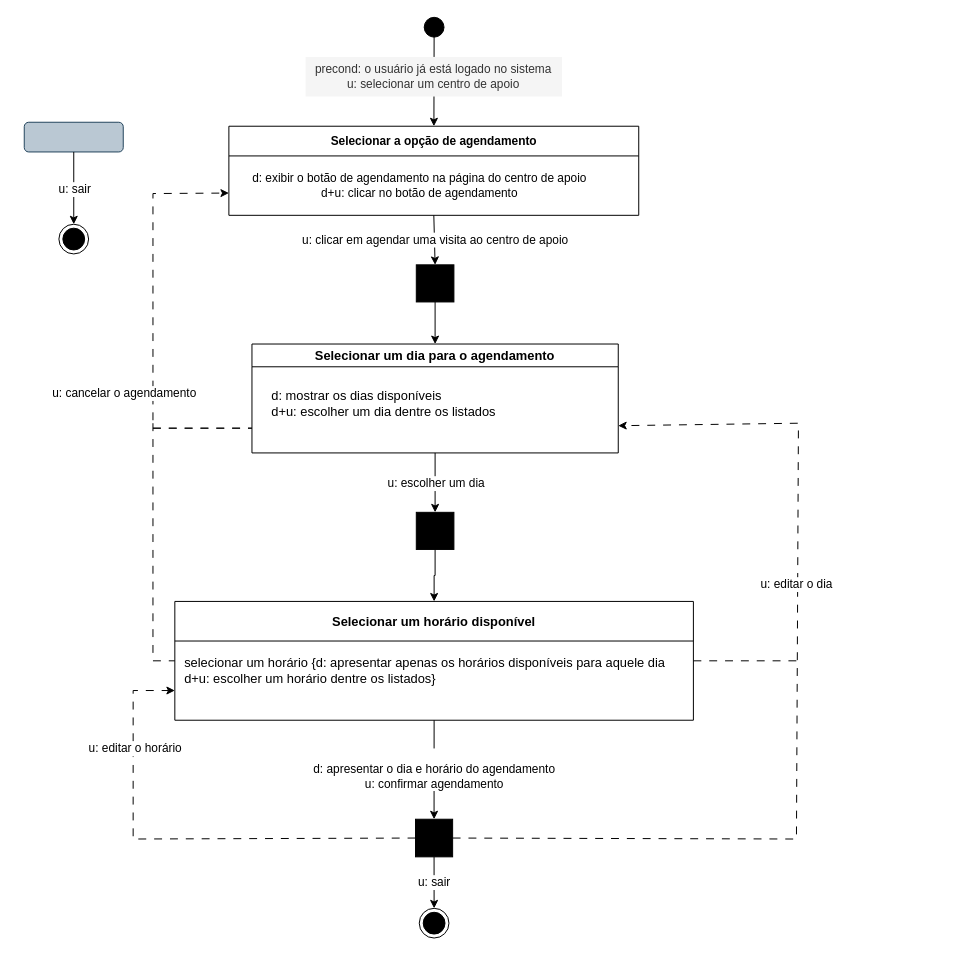
manuelamfo/TP-IHC-2024-2 keeps this draw.io diagram as tp ihc - modelagem de interação avaliação.drawio. Above is the earlier version. Source tidied: cells renumbered, new cells numbered last; positions are measured from the earlier drawing's top-left corner, leaving out a move shared by most shapes. Both pictures are drawn from the tidied source at 99%, with x=0, y=0 at pixel (24, 17).
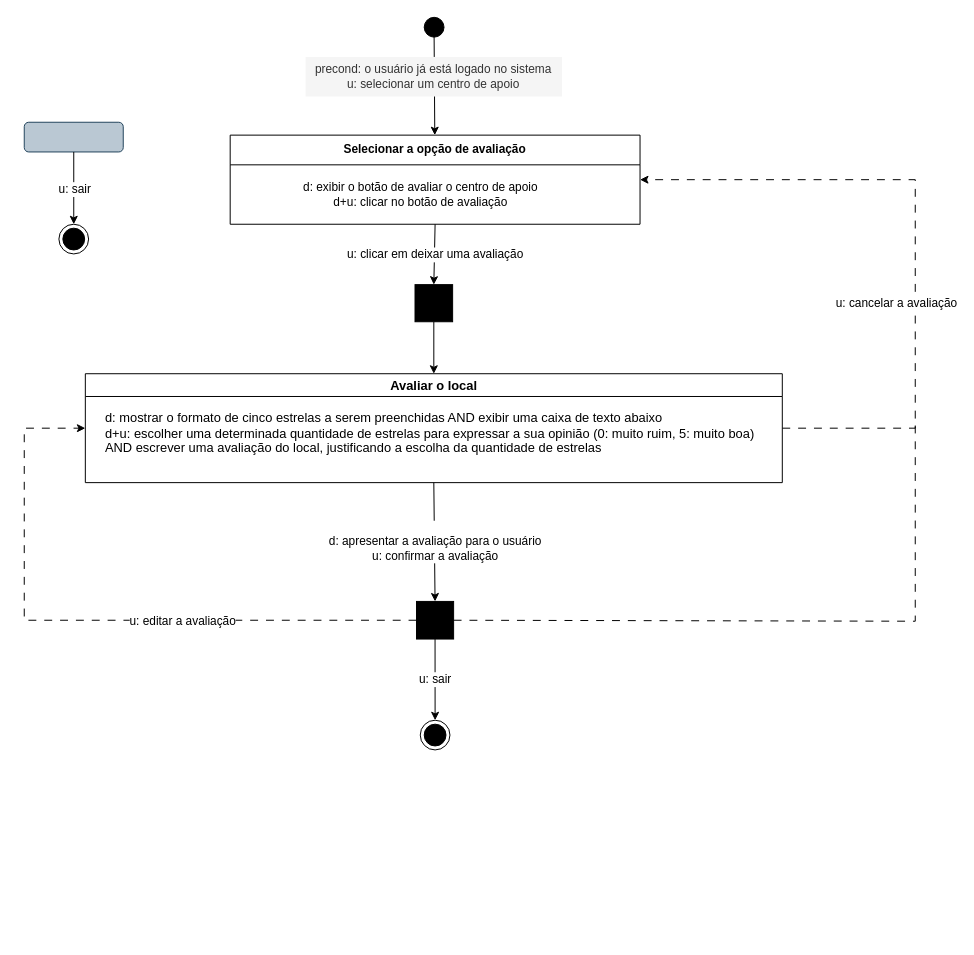
The same page after the edit.

Unchanged cells that the change refers to:
```xml
<mxCell id="30" style="endArrow=classic;html=1;rounded=0;exitX=0.5;exitY=1;exitDx=0;exitDy=0;entryX=0.5;entryY=0;entryDx=0;entryDy=0;" parent="1" edge="1" source="27" target="32">
  <mxGeometry relative="1" as="geometry" />
</mxCell>
```

Change to the diagram source:
```diff
@@
-    <mxCell id="2" value="&lt;font style=&quot;font-size: 13px;&quot;&gt;Selecionar um dia para o agendamento&lt;/font&gt;" style="swimlane;whiteSpace=wrap;html=1;" parent="1" vertex="1">
-      <mxGeometry x="230" y="330" width="370" height="110" as="geometry" />
+    <mxCell id="2" value="&lt;span style=&quot;font-size: 13px;&quot;&gt;Avaliar o local&lt;/span&gt;" style="swimlane;whiteSpace=wrap;html=1;" parent="1" vertex="1">
+      <mxGeometry x="61.7" y="360" width="704" height="110" as="geometry" />
     </mxCell>
-    <mxCell id="3" value="&lt;div&gt;&lt;font style=&quot;font-size: 13px;&quot;&gt;d: mostrar os dias disponíveis&lt;/font&gt;&lt;/div&gt;&lt;font style=&quot;font-size: 13px;&quot;&gt;d+u: escolher um dia dentre os listados&lt;/font&gt;" style="text;html=1;align=left;verticalAlign=middle;strokeColor=none;fillColor=none;rotation=0;" parent="2" vertex="1">
-      <mxGeometry x="18" y="40" width="250" height="40" as="geometry" />
+    <mxCell id="3" value="&lt;div&gt;&lt;font style=&quot;font-size: 13px;&quot;&gt;d: mostrar o formato de cinco estrelas a serem preenchidas AND exibir uma caixa de texto abaixo&lt;/font&gt;&lt;/div&gt;&lt;font style=&quot;font-size: 13px;&quot;&gt;d+u: escolher uma determinada quantidade de estrelas para expressar a sua opinião (0: muito ruim, 5: muito boa)&lt;/font&gt;&lt;div&gt;&lt;font style=&quot;font-size: 13px;&quot;&gt;AND escrever uma avaliação do local, justificando a escolha da quantidade de estrelas&lt;/font&gt;&lt;/div&gt;" style="text;html=1;align=left;verticalAlign=middle;strokeColor=none;fillColor=none;rotation=0;" parent="2" vertex="1">
+      <mxGeometry x="18" y="30" width="680" height="60" as="geometry" />
     </mxCell>
@@
-    <mxCell id="5" style="edgeStyle=orthogonalEdgeStyle;rounded=0;jettySize=auto;html=1;entryX=0.5;entryY=0;entryDx=0;entryDy=0;" parent="1" edge="1" source="6" target="7">
-      <mxGeometry relative="1" as="geometry" />
-    </mxCell>
-    <mxCell id="6" style="whiteSpace=wrap;html=1;fontStyle=1;startSize=23;fillColor=#000000;" parent="1" vertex="1">
-      <mxGeometry x="396" y="500" width="38" height="37.5" as="geometry" />
-    </mxCell>
-    <mxCell id="7" value="&lt;font style=&quot;font-size: 13px;&quot;&gt;Selecionar um horário disponível&lt;/font&gt;" style="swimlane;whiteSpace=wrap;html=1;startSize=40;" parent="1" vertex="1">
-      <mxGeometry x="152.1" y="590" width="523.8" height="120" as="geometry" />
-    </mxCell>
-    <mxCell id="8" value="&lt;div&gt;&lt;font style=&quot;font-size: 13px;&quot;&gt;selecionar um horário {d: apresentar apenas os horários disponíveis para aquele dia&lt;/font&gt;&lt;/div&gt;&lt;div&gt;&lt;font style=&quot;font-size: 13px;&quot;&gt;d+u: escolher um horário dentre os listados}&lt;/font&gt;&lt;/div&gt;" style="text;html=1;align=left;verticalAlign=middle;strokeColor=none;fillColor=none;" parent="7" vertex="1">
-      <mxGeometry x="7.5" y="50" width="510" height="40" as="geometry" />
-    </mxCell>
-    <mxCell id="9" style="endArrow=classic;html=1;rounded=0;dashed=1;dashPattern=8 8;exitX=0.5;exitY=1;exitDx=0;exitDy=0;entryX=0;entryY=0.75;entryDx=0;entryDy=0;" parent="1" edge="1" source="11" target="7">
-      <mxGeometry relative="1" as="geometry">
-        <Array as="points">
-          <mxPoint x="110" y="830" />
-          <mxPoint x="110" y="680" />
-        </Array>
-      </mxGeometry>
-    </mxCell>
-    <mxCell id="10" value="u: editar o horário" style="edgeLabel;html=1;align=center;verticalAlign=middle;fontSize=12;" parent="9" vertex="1">
-      <mxGeometry relative="1" as="geometry">
-        <mxPoint x="-45" y="-91" as="offset" />
-      </mxGeometry>
-    </mxCell>
     <mxCell id="11" style="whiteSpace=wrap;html=1;fontStyle=1;startSize=23;fillColor=#000000;direction=south;" parent="1" vertex="1">
-      <mxGeometry x="395.2" y="810" width="37.5" height="38" as="geometry" />
+      <mxGeometry x="396.2" y="590" width="37.5" height="38" as="geometry" />
     </mxCell>
-    <mxCell id="12" style="endArrow=classic;html=1;rounded=0;exitX=0.5;exitY=1;exitDx=0;exitDy=0;" parent="1" edge="1" source="2" target="6">
-      <mxGeometry relative="1" as="geometry" />
-    </mxCell>
-    <mxCell id="13" value="u: escolher um dia" style="edgeLabel;html=1;align=center;verticalAlign=middle;fontSize=12;" parent="12" vertex="1">
-      <mxGeometry relative="1" as="geometry" />
-    </mxCell>
-    <mxCell id="14" style="endArrow=classic;html=1;rounded=0;exitX=0.5;exitY=1;exitDx=0;exitDy=0;entryX=0;entryY=0.5;entryDx=0;entryDy=0;" parent="1" edge="1" source="7" target="11">
+    <mxCell id="14" style="endArrow=classic;html=1;rounded=0;exitX=0.5;exitY=1;exitDx=0;exitDy=0;entryX=0;entryY=0.5;entryDx=0;entryDy=0;" parent="1" edge="1" source="2" target="11">
       <mxGeometry relative="1" as="geometry" />
     </mxCell>
-    <mxCell id="15" value="&lt;div&gt;&lt;br&gt;&lt;/div&gt;&lt;div&gt;&lt;div&gt;d: apresentar o dia e horário do agendamento&lt;/div&gt;u: confirmar agendamento&lt;/div&gt;" style="edgeLabel;html=1;align=center;verticalAlign=middle;fontSize=12;" parent="14" vertex="1">
+    <mxCell id="15" value="&lt;div&gt;&lt;br&gt;&lt;/div&gt;&lt;div&gt;&lt;div&gt;d: apresentar a avaliação para o usuário&lt;/div&gt;u: confirmar a avaliação&lt;/div&gt;" style="edgeLabel;html=1;align=center;verticalAlign=middle;fontSize=12;" parent="14" vertex="1">
       <mxGeometry relative="1" as="geometry" />
     </mxCell>
-    <mxCell id="16" style="endArrow=classic;html=1;rounded=0;dashed=1;dashPattern=8 8;exitX=0.5;exitY=0;exitDx=0;exitDy=0;entryX=1;entryY=0.75;entryDx=0;entryDy=0;" parent="1" edge="1" source="11" target="2">
-      <mxGeometry relative="1" as="geometry">
-        <Array as="points">
-          <mxPoint x="780" y="830" />
-          <mxPoint x="782" y="410" />
-        </Array>
-      </mxGeometry>
-    </mxCell>
-    <mxCell id="17" value="u: editar o dia" style="edgeLabel;html=1;align=center;verticalAlign=middle;fontSize=12;" parent="16" vertex="1">
-      <mxGeometry relative="1" as="geometry">
-        <mxPoint x="-1" y="-130" as="offset" />
-      </mxGeometry>
-    </mxCell>
-    <mxCell id="18" style="endArrow=none;html=1;rounded=0;dashed=1;dashPattern=8 8;exitX=1;exitY=0.5;exitDx=0;exitDy=0;" parent="1" edge="1" source="7">
-      <mxGeometry relative="1" as="geometry">
-        <mxPoint x="780" y="650" as="targetPoint" />
-      </mxGeometry>
-    </mxCell>
     <mxCell id="19" style="ellipse;html=1;shape=endState;fillColor=#000000;strokeColor=#000000;" parent="1" vertex="1">
-      <mxGeometry x="399" y="900" width="30" height="30" as="geometry" />
+      <mxGeometry x="400" y="710" width="30" height="30" as="geometry" />
     </mxCell>
@@
-    <mxCell id="27" value="Selecionar a opção de agendamento" style="swimlane;whiteSpace=wrap;html=1;startSize=30;" parent="1" vertex="1">
-      <mxGeometry x="206.7" y="110" width="414" height="90" as="geometry" />
+    <mxCell id="27" value="Selecionar a opção de avaliação" style="swimlane;whiteSpace=wrap;html=1;startSize=30;" parent="1" vertex="1">
+      <mxGeometry x="208" y="119" width="414" height="90" as="geometry" />
     </mxCell>
-    <mxCell id="28" value="d: exibir o botão de agendamento na página do centro de apoio&lt;div&gt;d+u: clicar no botão de agendamento&lt;/div&gt;" style="text;html=1;align=center;verticalAlign=middle;strokeColor=none;fillColor=none;" parent="27" vertex="1">
-      <mxGeometry x="12" y="40" width="360" height="40" as="geometry" />
+    <mxCell id="28" value="d: exibir o botão de avaliar o centro de apoio&lt;div&gt;d+u: clicar no botão de avaliação&lt;/div&gt;" style="text;html=1;align=center;verticalAlign=middle;strokeColor=none;fillColor=none;" parent="27" vertex="1">
+      <mxGeometry x="62" y="40" width="260" height="40" as="geometry" />
     </mxCell>
@@
-    <mxCell id="31" value="u: clicar em agendar uma visita ao centro de apoio" style="edgeLabel;html=1;align=center;verticalAlign=middle;fontSize=12;" parent="30" vertex="1">
+    <mxCell id="31" value="u: clicar em deixar uma avaliação" style="edgeLabel;html=1;align=center;verticalAlign=middle;fontSize=12;" parent="30" vertex="1">
       <mxGeometry relative="1" as="geometry" />
     </mxCell>
     <mxCell id="32" style="whiteSpace=wrap;html=1;fontStyle=1;startSize=23;fillColor=#000000;" parent="1" vertex="1">
-      <mxGeometry x="396" y="250" width="38" height="37.5" as="geometry" />
+      <mxGeometry x="394.7" y="270" width="38" height="37.5" as="geometry" />
     </mxCell>
@@
-    <mxCell id="34" style="endArrow=classic;html=1;rounded=0;dashed=1;dashPattern=8 8;exitX=1;exitY=0.5;exitDx=0;exitDy=0;entryX=0;entryY=0.75;entryDx=0;entryDy=0;" parent="1" edge="1" target="27">
+    <mxCell id="34" style="endArrow=classic;html=1;rounded=0;dashed=1;dashPattern=8 8;entryX=1;entryY=0.5;entryDx=0;entryDy=0;exitX=1;exitY=0.5;exitDx=0;exitDy=0;" parent="1" edge="1" source="2" target="27">
       <mxGeometry relative="1" as="geometry">
-        <mxPoint x="130" y="415" as="sourcePoint" />
         <Array as="points">
-          <mxPoint x="230" y="415" />
-          <mxPoint x="130" y="415" />
-          <mxPoint x="130" y="300" />
-          <mxPoint x="130" y="178" />
+          <mxPoint x="900" y="415" />
+          <mxPoint x="900" y="164" />
         </Array>
       </mxGeometry>
     </mxCell>
-    <mxCell id="35" value="u: cancelar o agendamento" style="edgeLabel;html=1;align=center;verticalAlign=middle;fontSize=12;" parent="34" vertex="1">
+    <mxCell id="35" value="u: cancelar a avaliação" style="edgeLabel;html=1;align=center;verticalAlign=middle;fontSize=12;" parent="34" vertex="1">
       <mxGeometry relative="1" as="geometry">
-        <mxPoint x="-30" y="21" as="offset" />
+        <mxPoint x="-20" y="71" as="offset" />
       </mxGeometry>
     </mxCell>
-    <mxCell id="36" style="endArrow=none;html=1;rounded=0;dashed=1;dashPattern=8 8;entryX=0;entryY=0.5;entryDx=0;entryDy=0;" parent="1" edge="1" target="7">
-      <mxGeometry relative="1" as="geometry">
-        <mxPoint x="130" y="410" as="sourcePoint" />
-        <Array as="points">
-          <mxPoint x="130" y="450" />
-          <mxPoint x="130" y="650" />
-        </Array>
-      </mxGeometry>
-    </mxCell>
+    <mxCell id="16" style="endArrow=classic;html=1;rounded=0;dashed=1;dashPattern=8 8;entryX=0;entryY=0.5;entryDx=0;entryDy=0;exitX=0.5;exitY=1;exitDx=0;exitDy=0;" parent="1" edge="1" source="11" target="2">
+      <mxGeometry relative="1" as="geometry">
+        <Array as="points">
+          <mxPoint y="609" />
+          <mxPoint y="415" />
+        </Array>
+      </mxGeometry>
+    </mxCell>
+    <mxCell id="37" value="u: editar a avaliação" style="edgeLabel;html=1;align=center;verticalAlign=middle;fontSize=12;" parent="16" vertex="1">
+      <mxGeometry relative="1" as="geometry">
+        <mxPoint x="89" as="offset" />
+      </mxGeometry>
+    </mxCell>
+    <mxCell id="38" style="endArrow=none;html=1;rounded=0;exitX=0.5;exitY=0;exitDx=0;exitDy=0;dashed=1;dashPattern=8 8;" parent="1" edge="1" source="11">
+      <mxGeometry relative="1" as="geometry">
+        <mxPoint x="900" y="410" as="targetPoint" />
+        <Array as="points">
+          <mxPoint x="900" y="610" />
+        </Array>
+      </mxGeometry>
+    </mxCell>
```
